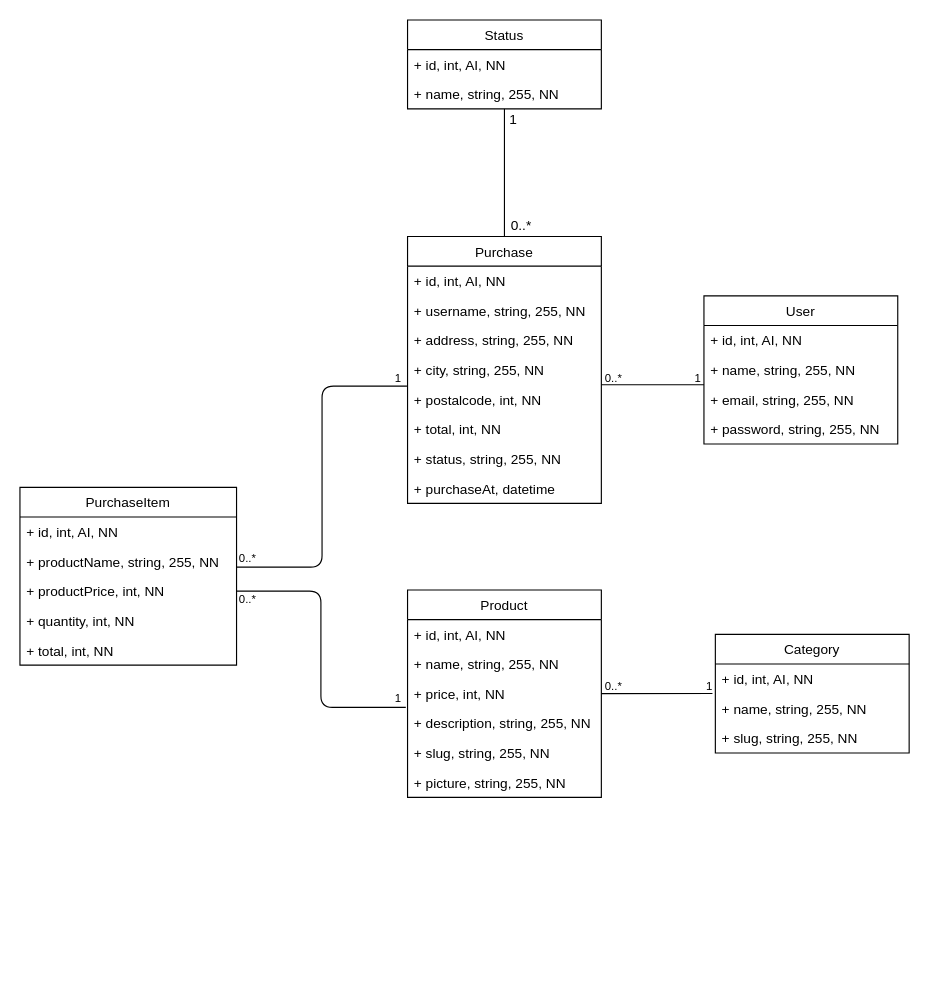
Above: .docs/UML/class_diagram.drawio in Kaniha-H/akishop (draw.io), before the change. Source tidied: cells renumbered, new cells numbered last; positions are measured from the earlier drawing's top-left corner, leaving out a move shared by most shapes. Both pictures are drawn from the tidied source at 114%, with x=0, y=0 at pixel (19, 19).
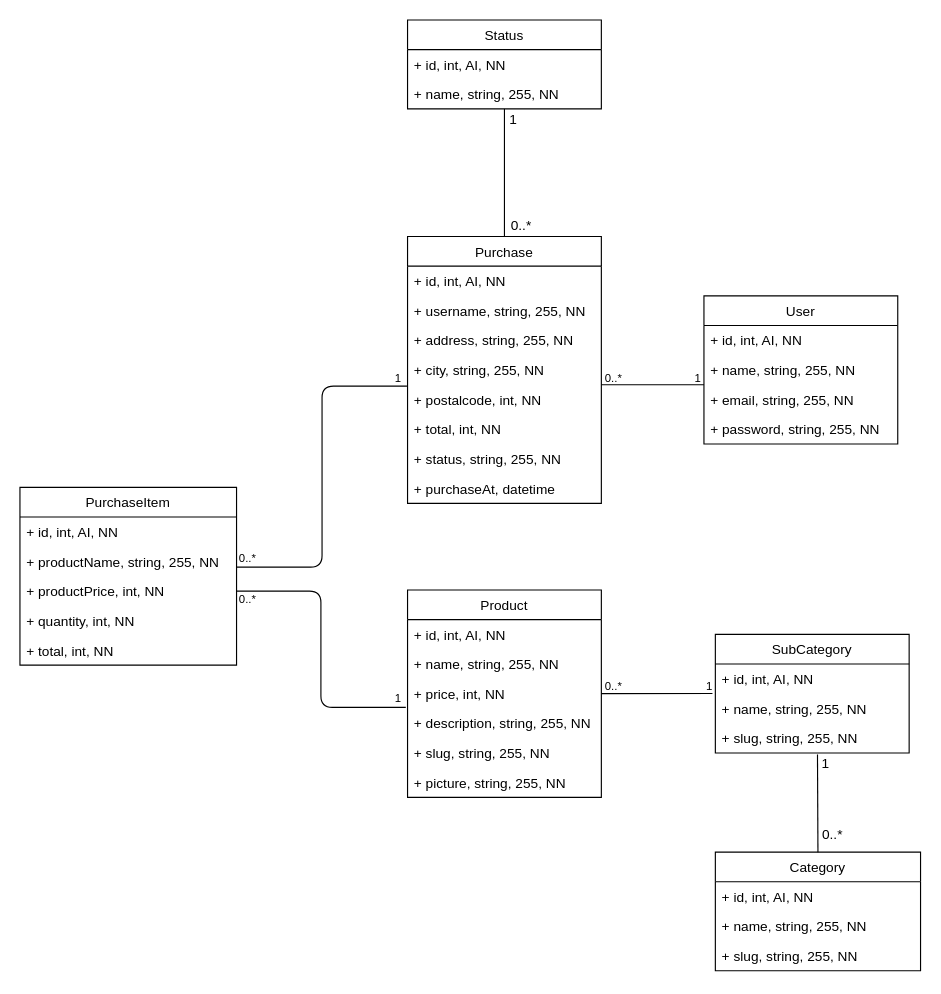
After the change.

Commit message:
update uml graph

The change refers to these unchanged cells:
```xml
<mxCell id="10" value="+ slug, string, 255, NN" style="text;strokeColor=none;fillColor=none;align=left;verticalAlign=top;spacingLeft=4;spacingRight=4;overflow=hidden;points=[[0,0.5],[1,0.5]];portConstraint=eastwest;" parent="7" vertex="1">
  <mxGeometry y="78" width="170" height="26" as="geometry" />
</mxCell>
```

What changed in the source:
```diff
@@
-    <mxCell id="7" value="Category" style="swimlane;fontStyle=0;horizontal=1;startSize=26;fillColor=none;" parent="1" vertex="1">
+    <mxCell id="7" value="SubCategory" style="swimlane;fontStyle=0;horizontal=1;startSize=26;fillColor=none;" parent="1" vertex="1">
       <mxGeometry x="610" y="539" width="170" height="104" as="geometry" />
     </mxCell>
@@
+    <mxCell id="51" style="edgeStyle=none;html=1;exitX=0.5;exitY=0;exitDx=0;exitDy=0;entryX=0.527;entryY=1.051;entryDx=0;entryDy=0;entryPerimeter=0;endArrow=none;endFill=0;" parent="1" edge="1" source="52" target="10">
+      <mxGeometry relative="1" as="geometry" />
+    </mxCell>
+    <mxCell id="52" value="Category" style="swimlane;fontStyle=0;horizontal=1;startSize=26;fillColor=none;" parent="1" vertex="1">
+      <mxGeometry x="610" y="730" width="180" height="104" as="geometry" />
+    </mxCell>
+    <mxCell id="53" value="+ id, int, AI, NN " style="text;strokeColor=none;fillColor=none;align=left;verticalAlign=top;spacingLeft=4;spacingRight=4;overflow=hidden;" parent="52" vertex="1">
+      <mxGeometry y="26" width="180" height="26" as="geometry" />
+    </mxCell>
+    <mxCell id="54" value="+ name, string, 255, NN " style="text;strokeColor=none;fillColor=none;align=left;verticalAlign=top;spacingLeft=4;spacingRight=4;overflow=hidden;" parent="52" vertex="1">
+      <mxGeometry y="52" width="180" height="26" as="geometry" />
+    </mxCell>
+    <mxCell id="55" value="+ slug, string, 255, NN" style="text;strokeColor=none;fillColor=none;align=left;verticalAlign=top;spacingLeft=4;spacingRight=4;overflow=hidden;" parent="52" vertex="1">
+      <mxGeometry y="78" width="180" height="26" as="geometry" />
+    </mxCell>
+    <mxCell id="56" value="1" style="text;html=1;strokeColor=none;fillColor=none;align=center;verticalAlign=middle;whiteSpace=wrap;rounded=0;" parent="1" vertex="1">
+      <mxGeometry x="677" y="638" width="60" height="30" as="geometry" />
+    </mxCell>
+    <mxCell id="57" value="0..*" style="text;html=1;strokeColor=none;fillColor=none;align=center;verticalAlign=middle;whiteSpace=wrap;rounded=0;" parent="1" vertex="1">
+      <mxGeometry x="683" y="700" width="60" height="30" as="geometry" />
+    </mxCell>
```
